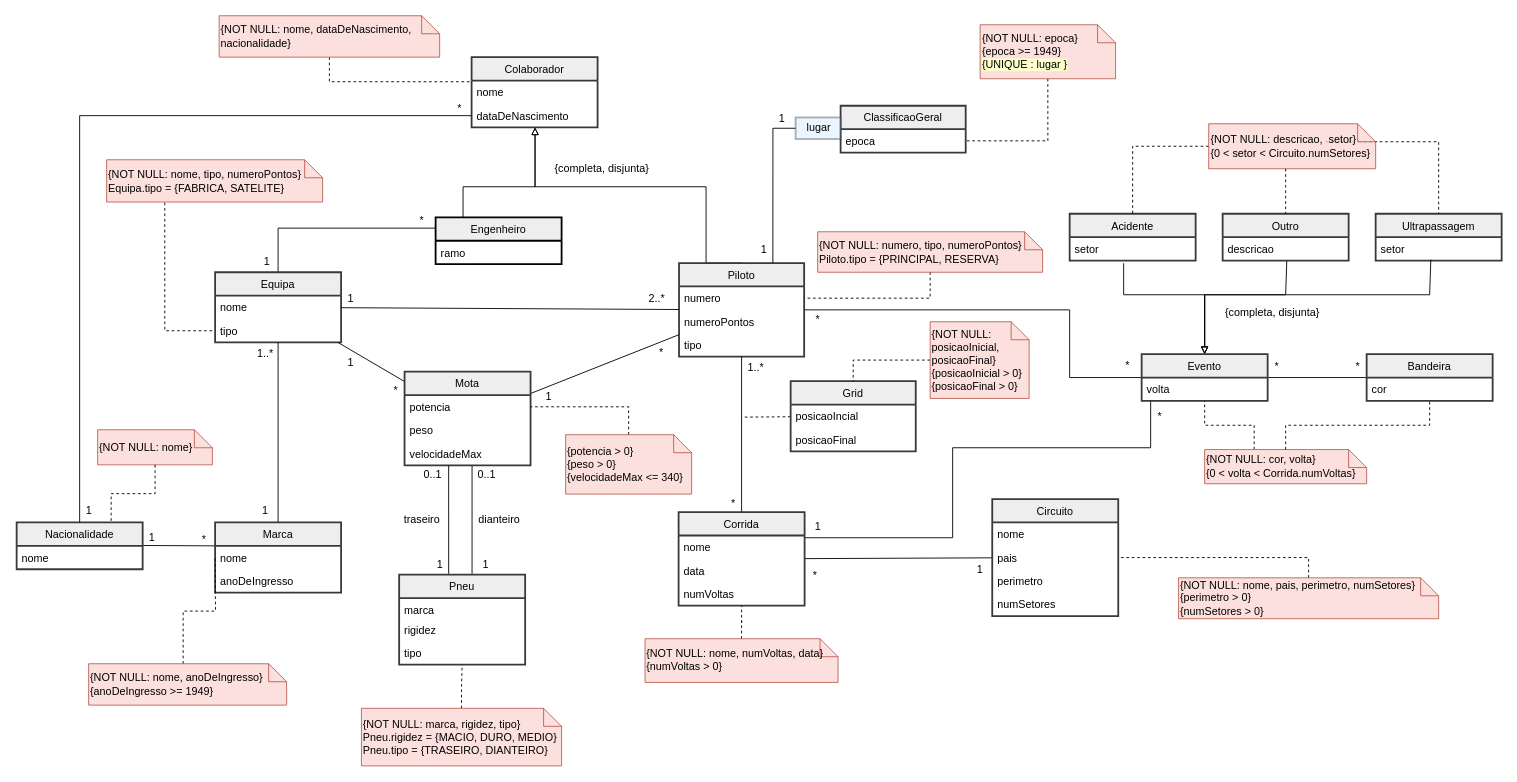
Above: MotoGP-UML-Module.drawio in alexandreggc/BD_MotoGP_Project (draw.io), before the change. Source tidied: cells renumbered, new cells numbered last; positions are measured from the earlier drawing's top-left corner, leaving out a move shared by most shapes. Both pictures are drawn from the tidied source at 90%, with x=0, y=0 at pixel (16, 15).
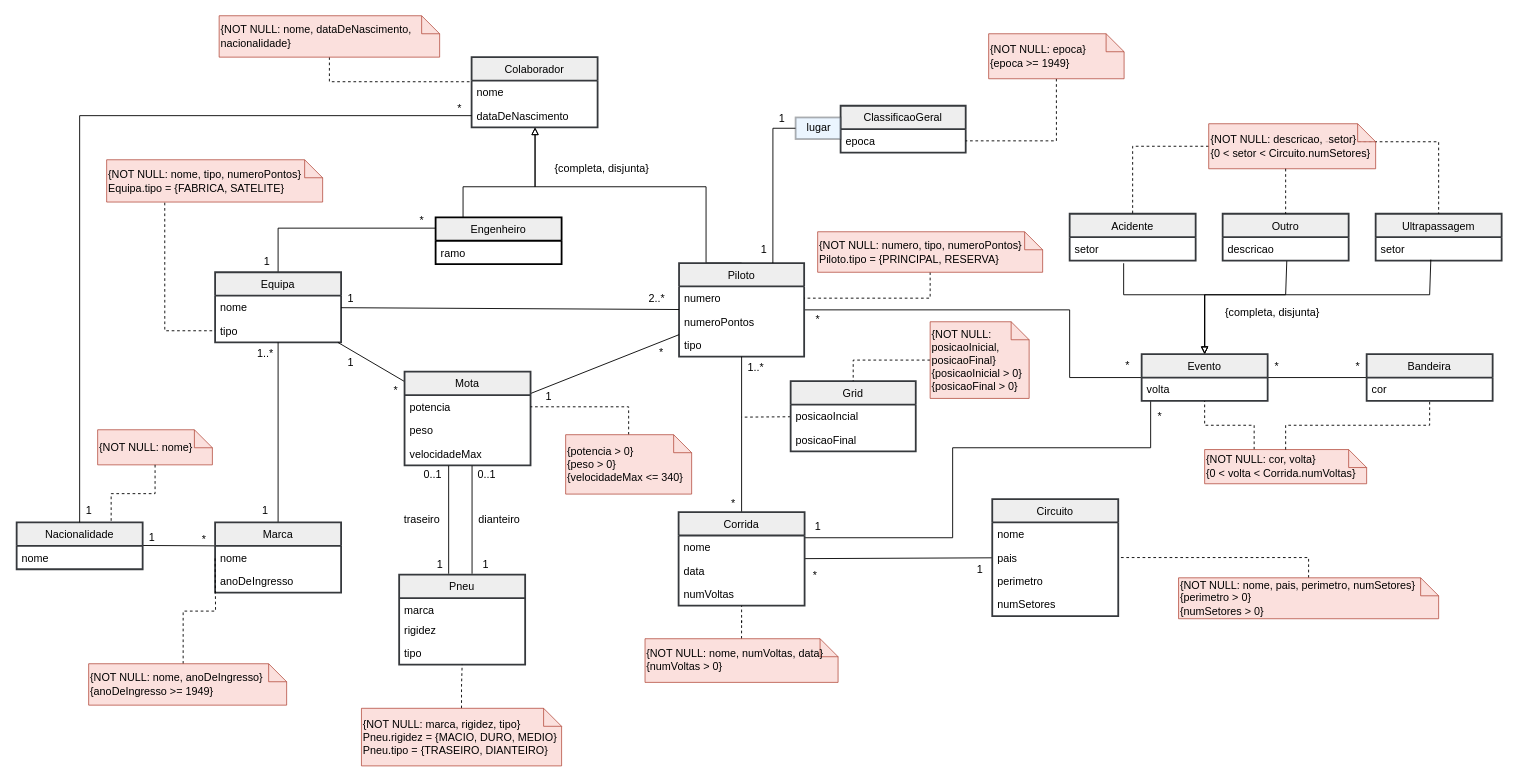
The same page after the edit.

Commit message:
Removida restricao UNIQUE na classificao geral do modelo UML

What changed in the source:
```diff
@@
-    <mxCell id="98" value="&lt;div&gt;{NOT NULL: epoca}&lt;/div&gt;&lt;div&gt;{epoca &amp;gt;= 1949}&lt;/div&gt;&lt;div&gt;&lt;span style=&quot;background-color: rgb(255 , 255 , 204)&quot;&gt;{UNIQUE : lugar }&lt;/span&gt;&lt;/div&gt;" style="shape=note;size=20;whiteSpace=wrap;html=1;align=left;strokeColor=#ae4132;fillColor=#fad9d5;opacity=80;" parent="1" vertex="1">
-      <mxGeometry x="1070.5" y="10" width="150.5" height="60" as="geometry" />
+    <mxCell id="98" value="&lt;div&gt;{NOT NULL: epoca}&lt;/div&gt;&lt;div&gt;{epoca &amp;gt;= 1949}&lt;/div&gt;" style="shape=note;size=20;whiteSpace=wrap;html=1;align=left;strokeColor=#ae4132;fillColor=#fad9d5;opacity=80;" parent="1" vertex="1">
+      <mxGeometry x="1080" y="20" width="150.5" height="50" as="geometry" />
     </mxCell>
```
